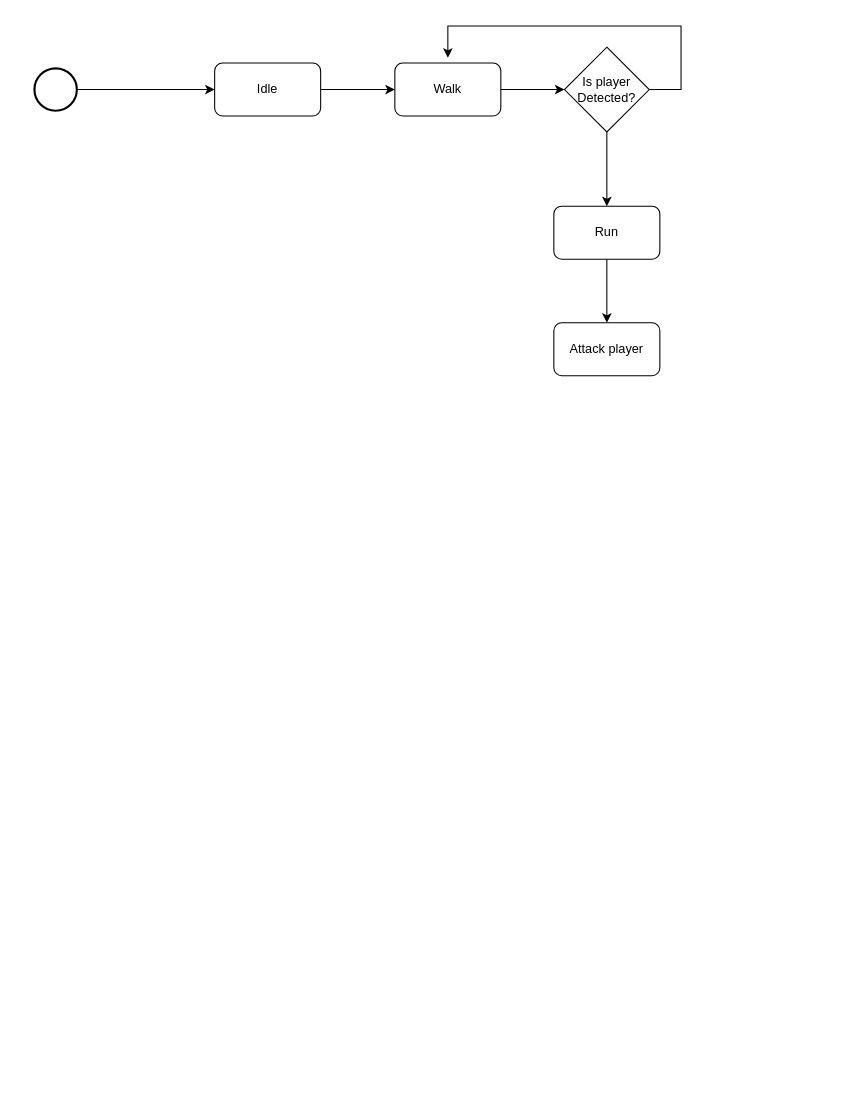
The draw.io diagram Untitled Diagram.drawio in souhailmihoubi/Diagrams, before the edit. Source tidied: cells renumbered, new cells numbered last; positions are measured from the earlier drawing's top-left corner, leaving out a move shared by most shapes. Both pictures are drawn from the tidied source at 106%, with x=0, y=0 at pixel (34, 25).
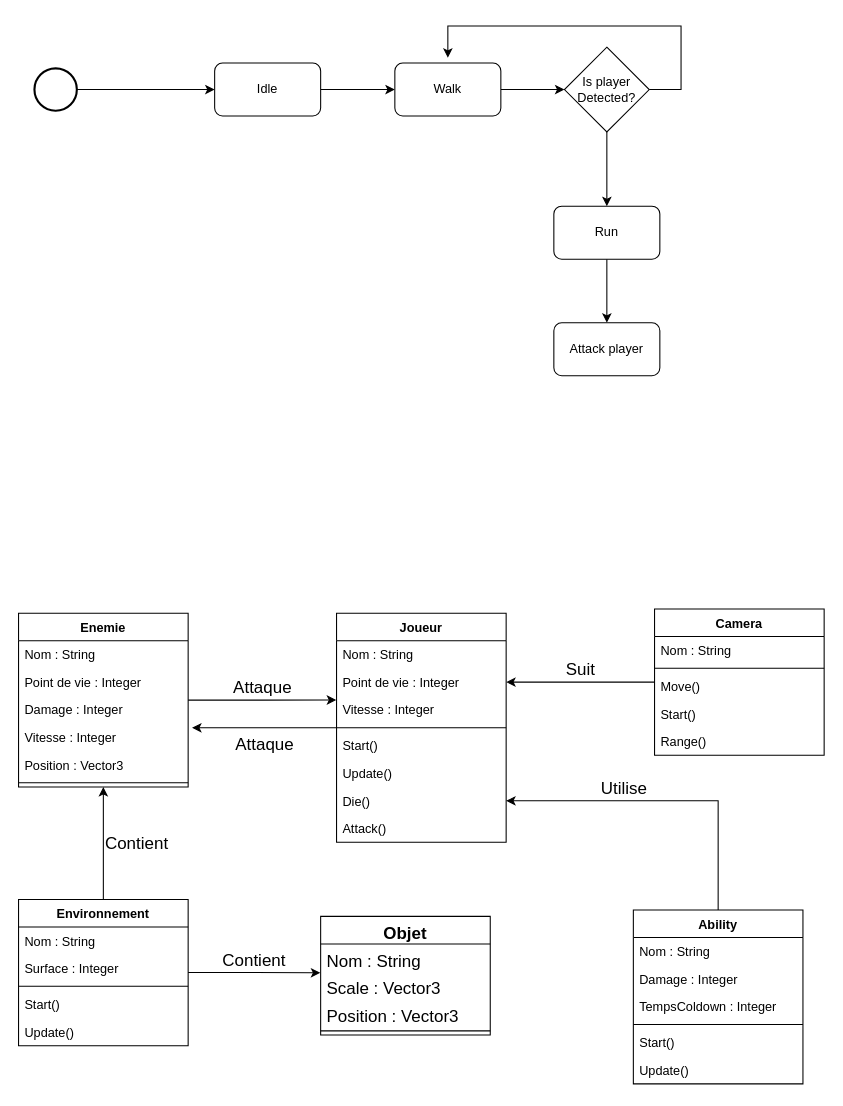
After the change.

Unchanged cells that the change refers to:
```xml
<mxCell id="12" value="Run" style="rounded=1;whiteSpace=wrap;html=1;" parent="1" vertex="1">
  <mxGeometry x="490" y="170" width="100" height="50" as="geometry" />
</mxCell>
<mxCell id="13" value="Attack player" style="rounded=1;whiteSpace=wrap;html=1;" parent="1" vertex="1">
  <mxGeometry x="490" y="280" width="100" height="50" as="geometry" />
</mxCell>
```

Change to the diagram source:
```diff
@@
-    <mxCell id="11" style="edgeStyle=orthogonalEdgeStyle;rounded=0;jettySize=auto;html=1;entryX=0.5;entryY=0;entryDx=0;entryDy=0;" parent="1" edge="1" source="12" target="13">
-      <mxGeometry relative="1" as="geometry" />
+    <mxCell id="11" style="edgeStyle=orthogonalEdgeStyle;rounded=0;jettySize=auto;html=1;entryX=0.5;entryY=0;entryDx=0;entryDy=0;" parent="1" edge="1" source="12">
+      <mxGeometry relative="1" as="geometry">
+        <mxPoint x="540" y="280" as="targetPoint" />
+      </mxGeometry>
     </mxCell>
@@
+    <mxCell id="14" value="Attaque" style="edgeStyle=orthogonalEdgeStyle;rounded=0;sketch=0;jettySize=auto;html=1;entryX=1.023;entryY=0.159;entryDx=0;entryDy=0;entryPerimeter=0;fontSize=16;verticalAlign=top;" parent="1" edge="1" source="15" target="36">
+      <mxGeometry relative="1" as="geometry" />
+    </mxCell>
+    <mxCell id="15" value="Joueur" style="swimlane;fontStyle=1;align=center;verticalAlign=top;horizontal=1;startSize=26;" parent="1" vertex="1">
+      <mxGeometry x="285" y="554" width="160" height="216" as="geometry" />
+    </mxCell>
+    <mxCell id="16" value="Nom : String" style="text;strokeColor=none;fillColor=none;align=left;verticalAlign=top;spacingLeft=4;spacingRight=4;overflow=hidden;" parent="15" vertex="1">
+      <mxGeometry y="26" width="160" height="26" as="geometry" />
+    </mxCell>
+    <mxCell id="17" value="Point de vie : Integer" style="text;strokeColor=none;fillColor=none;align=left;verticalAlign=top;spacingLeft=4;spacingRight=4;overflow=hidden;points=[[0,0.5],[1,0.5]];portConstraint=eastwest;" parent="15" vertex="1">
+      <mxGeometry y="52" width="160" height="26" as="geometry" />
+    </mxCell>
+    <mxCell id="18" value="Vitesse : Integer" style="text;strokeColor=none;fillColor=none;align=left;verticalAlign=top;spacingLeft=4;spacingRight=4;overflow=hidden;points=[[0,0.5],[1,0.5]];portConstraint=eastwest;" parent="15" vertex="1">
+      <mxGeometry y="78" width="160" height="26" as="geometry" />
+    </mxCell>
+    <mxCell id="19" style="line;strokeWidth=1;fillColor=none;align=left;verticalAlign=middle;spacingTop=-1;spacingLeft=3;spacingRight=3;labelPosition=right;strokeColor=inherit;" parent="15" vertex="1">
+      <mxGeometry y="104" width="160" height="8" as="geometry" />
+    </mxCell>
+    <mxCell id="20" value="Start()&#10;" style="text;strokeColor=none;fillColor=none;align=left;verticalAlign=top;spacingLeft=4;spacingRight=4;overflow=hidden;" parent="15" vertex="1">
+      <mxGeometry y="112" width="160" height="26" as="geometry" />
+    </mxCell>
+    <mxCell id="21" value="Update()" style="text;strokeColor=none;fillColor=none;align=left;verticalAlign=top;spacingLeft=4;spacingRight=4;overflow=hidden;" parent="15" vertex="1">
+      <mxGeometry y="138" width="160" height="26" as="geometry" />
+    </mxCell>
+    <mxCell id="22" value="Die()" style="text;strokeColor=none;fillColor=none;align=left;verticalAlign=top;spacingLeft=4;spacingRight=4;overflow=hidden;points=[[0,0.5],[1,0.5]];portConstraint=eastwest;" parent="15" vertex="1">
+      <mxGeometry y="164" width="160" height="26" as="geometry" />
+    </mxCell>
+    <mxCell id="23" value="Attack()" style="text;strokeColor=none;fillColor=none;align=left;verticalAlign=top;spacingLeft=4;spacingRight=4;overflow=hidden;" parent="15" vertex="1">
+      <mxGeometry y="190" width="160" height="26" as="geometry" />
+    </mxCell>
+    <mxCell id="24" value="Suit" style="edgeStyle=orthogonalEdgeStyle;rounded=0;jettySize=auto;html=1;entryX=1;entryY=0.5;entryDx=0;entryDy=0;noJump=0;fontSize=16;verticalAlign=bottom;" parent="1" edge="1" source="25" target="17">
+      <mxGeometry relative="1" as="geometry" />
+    </mxCell>
+    <mxCell id="25" value="Camera" style="swimlane;fontStyle=1;align=center;verticalAlign=top;horizontal=1;startSize=26;" parent="1" vertex="1">
+      <mxGeometry x="585" y="550" width="160" height="138" as="geometry" />
+    </mxCell>
+    <mxCell id="26" value="Nom : String" style="text;strokeColor=none;fillColor=none;align=left;verticalAlign=top;spacingLeft=4;spacingRight=4;overflow=hidden;" parent="25" vertex="1">
+      <mxGeometry y="26" width="160" height="26" as="geometry" />
+    </mxCell>
+    <mxCell id="27" style="line;strokeWidth=1;fillColor=none;align=left;verticalAlign=middle;spacingTop=-1;spacingLeft=3;spacingRight=3;labelPosition=right;strokeColor=inherit;" parent="25" vertex="1">
+      <mxGeometry y="52" width="160" height="8" as="geometry" />
+    </mxCell>
+    <mxCell id="28" value="Move()" style="text;strokeColor=none;fillColor=none;align=left;verticalAlign=top;spacingLeft=4;spacingRight=4;overflow=hidden;" parent="25" vertex="1">
+      <mxGeometry y="60" width="160" height="26" as="geometry" />
+    </mxCell>
+    <mxCell id="29" value="Start()" style="text;strokeColor=none;fillColor=none;align=left;verticalAlign=top;spacingLeft=4;spacingRight=4;overflow=hidden;" parent="25" vertex="1">
+      <mxGeometry y="86" width="160" height="26" as="geometry" />
+    </mxCell>
+    <mxCell id="30" value="Range()" style="text;strokeColor=none;fillColor=none;align=left;verticalAlign=top;spacingLeft=4;spacingRight=4;overflow=hidden;" parent="25" vertex="1">
+      <mxGeometry y="112" width="160" height="26" as="geometry" />
+    </mxCell>
+    <mxCell id="31" value="Attaque" style="edgeStyle=orthogonalEdgeStyle;rounded=0;sketch=0;jettySize=auto;html=1;entryX=-0.002;entryY=0.148;entryDx=0;entryDy=0;entryPerimeter=0;fontSize=16;verticalAlign=bottom;" parent="1" edge="1" source="32" target="18">
+      <mxGeometry relative="1" as="geometry" />
+    </mxCell>
+    <mxCell id="32" value="Enemie" style="swimlane;fontStyle=1;align=center;verticalAlign=top;horizontal=1;startSize=26;fontSize=12;" parent="1" vertex="1">
+      <mxGeometry x="-15" y="554" width="160" height="164" as="geometry" />
+    </mxCell>
+    <mxCell id="33" value="Nom : String" style="text;strokeColor=none;fillColor=none;align=left;verticalAlign=top;spacingLeft=4;spacingRight=4;overflow=hidden;" parent="32" vertex="1">
+      <mxGeometry y="26" width="160" height="26" as="geometry" />
+    </mxCell>
+    <mxCell id="34" value="Point de vie : Integer" style="text;strokeColor=none;fillColor=none;align=left;verticalAlign=top;spacingLeft=4;spacingRight=4;overflow=hidden;" parent="32" vertex="1">
+      <mxGeometry y="52" width="160" height="26" as="geometry" />
+    </mxCell>
+    <mxCell id="35" value="Damage : Integer" style="text;strokeColor=none;fillColor=none;align=left;verticalAlign=top;spacingLeft=4;spacingRight=4;overflow=hidden;" parent="32" vertex="1">
+      <mxGeometry y="78" width="160" height="26" as="geometry" />
+    </mxCell>
+    <mxCell id="36" value="Vitesse : Integer" style="text;strokeColor=none;fillColor=none;align=left;verticalAlign=top;spacingLeft=4;spacingRight=4;overflow=hidden;points=[[0,0.5],[1,0.5]];portConstraint=eastwest;" parent="32" vertex="1">
+      <mxGeometry y="104" width="160" height="26" as="geometry" />
+    </mxCell>
+    <mxCell id="37" value="Position : Vector3" style="text;strokeColor=none;fillColor=none;align=left;verticalAlign=top;spacingLeft=4;spacingRight=4;overflow=hidden;" parent="32" vertex="1">
+      <mxGeometry y="130" width="160" height="26" as="geometry" />
+    </mxCell>
+    <mxCell id="38" style="line;strokeWidth=1;fillColor=none;align=left;verticalAlign=middle;spacingTop=-1;spacingLeft=3;spacingRight=3;labelPosition=right;strokeColor=inherit;" parent="32" vertex="1">
+      <mxGeometry y="156" width="160" height="8" as="geometry" />
+    </mxCell>
+    <mxCell id="39" value="Contient" style="edgeStyle=orthogonalEdgeStyle;rounded=0;sketch=0;jettySize=auto;html=1;entryX=0.5;entryY=1;entryDx=0;entryDy=0;fontSize=16;verticalAlign=middle;align=left;" parent="1" edge="1" source="41" target="32">
+      <mxGeometry relative="1" as="geometry" />
+    </mxCell>
+    <mxCell id="40" value="Contient" style="edgeStyle=orthogonalEdgeStyle;rounded=0;sketch=0;jettySize=auto;html=1;entryX=-0.002;entryY=0.049;entryDx=0;entryDy=0;entryPerimeter=0;fontSize=16;verticalAlign=bottom;" parent="1" edge="1" source="41" target="57">
+      <mxGeometry relative="1" as="geometry" />
+    </mxCell>
+    <mxCell id="41" value="Environnement&#10;" style="swimlane;fontStyle=1;align=center;verticalAlign=top;horizontal=1;startSize=26;" parent="1" vertex="1">
+      <mxGeometry x="-15" y="824" width="160" height="138" as="geometry" />
+    </mxCell>
+    <mxCell id="42" value="Nom : String" style="text;strokeColor=none;fillColor=none;align=left;verticalAlign=top;spacingLeft=4;spacingRight=4;overflow=hidden;" parent="41" vertex="1">
+      <mxGeometry y="26" width="160" height="26" as="geometry" />
+    </mxCell>
+    <mxCell id="43" value="Surface : Integer" style="text;strokeColor=none;fillColor=none;align=left;verticalAlign=top;spacingLeft=4;spacingRight=4;overflow=hidden;" parent="41" vertex="1">
+      <mxGeometry y="52" width="160" height="26" as="geometry" />
+    </mxCell>
+    <mxCell id="44" style="line;strokeWidth=1;fillColor=none;align=left;verticalAlign=middle;spacingTop=-1;spacingLeft=3;spacingRight=3;labelPosition=right;strokeColor=inherit;" parent="41" vertex="1">
+      <mxGeometry y="78" width="160" height="8" as="geometry" />
+    </mxCell>
+    <mxCell id="45" value="Start()" style="text;strokeColor=none;fillColor=none;align=left;verticalAlign=top;spacingLeft=4;spacingRight=4;overflow=hidden;" parent="41" vertex="1">
+      <mxGeometry y="86" width="160" height="26" as="geometry" />
+    </mxCell>
+    <mxCell id="46" value="Update()" style="text;strokeColor=none;fillColor=none;align=left;verticalAlign=top;spacingLeft=4;spacingRight=4;overflow=hidden;" parent="41" vertex="1">
+      <mxGeometry y="112" width="160" height="26" as="geometry" />
+    </mxCell>
+    <mxCell id="47" value="Utilise" style="edgeStyle=orthogonalEdgeStyle;rounded=0;sketch=0;jettySize=auto;html=1;entryX=1;entryY=0.5;entryDx=0;entryDy=0;fontSize=16;verticalAlign=bottom;" parent="1" edge="1" source="48" target="22">
+      <mxGeometry x="0.27" relative="1" as="geometry" />
+    </mxCell>
+    <mxCell id="48" value="Ability" style="swimlane;fontStyle=1;align=center;verticalAlign=top;horizontal=1;startSize=26;" parent="1" vertex="1">
+      <mxGeometry x="565" y="834" width="160" height="164" as="geometry" />
+    </mxCell>
+    <mxCell id="49" value="Nom : String" style="text;strokeColor=none;fillColor=none;align=left;verticalAlign=top;spacingLeft=4;spacingRight=4;overflow=hidden;" parent="48" vertex="1">
+      <mxGeometry y="26" width="160" height="26" as="geometry" />
+    </mxCell>
+    <mxCell id="50" value="Damage : Integer" style="text;strokeColor=none;fillColor=none;align=left;verticalAlign=top;spacingLeft=4;spacingRight=4;overflow=hidden;" parent="48" vertex="1">
+      <mxGeometry y="52" width="160" height="26" as="geometry" />
+    </mxCell>
+    <mxCell id="51" value="TempsColdown : Integer" style="text;strokeColor=none;fillColor=none;align=left;verticalAlign=top;spacingLeft=4;spacingRight=4;overflow=hidden;" parent="48" vertex="1">
+      <mxGeometry y="78" width="160" height="26" as="geometry" />
+    </mxCell>
+    <mxCell id="52" style="line;strokeWidth=1;fillColor=none;align=left;verticalAlign=middle;spacingTop=-1;spacingLeft=3;spacingRight=3;labelPosition=right;strokeColor=inherit;" parent="48" vertex="1">
+      <mxGeometry y="104" width="160" height="8" as="geometry" />
+    </mxCell>
+    <mxCell id="53" value="Start()" style="text;strokeColor=none;fillColor=none;align=left;verticalAlign=top;spacingLeft=4;spacingRight=4;overflow=hidden;" parent="48" vertex="1">
+      <mxGeometry y="112" width="160" height="26" as="geometry" />
+    </mxCell>
+    <mxCell id="54" value="Update()" style="text;strokeColor=none;fillColor=none;align=left;verticalAlign=top;spacingLeft=4;spacingRight=4;overflow=hidden;" parent="48" vertex="1">
+      <mxGeometry y="138" width="160" height="26" as="geometry" />
+    </mxCell>
+    <mxCell id="55" value="Objet" style="swimlane;fontStyle=1;align=center;verticalAlign=top;horizontal=1;startSize=26;fontSize=16;" parent="1" vertex="1">
+      <mxGeometry x="270" y="840" width="160" height="112" as="geometry" />
+    </mxCell>
+    <mxCell id="56" value="Nom : String" style="text;strokeColor=none;fillColor=none;align=left;verticalAlign=top;spacingLeft=4;spacingRight=4;overflow=hidden;fontSize=16;" parent="55" vertex="1">
+      <mxGeometry y="26" width="160" height="26" as="geometry" />
+    </mxCell>
+    <mxCell id="57" value="Scale : Vector3    " style="text;strokeColor=none;fillColor=none;align=left;verticalAlign=top;spacingLeft=4;spacingRight=4;overflow=hidden;points=[[0,0.5],[1,0.5]];portConstraint=eastwest;fontSize=16;" parent="55" vertex="1">
+      <mxGeometry y="52" width="160" height="26" as="geometry" />
+    </mxCell>
+    <mxCell id="58" value="Position : Vector3" style="text;strokeColor=none;fillColor=none;align=left;verticalAlign=top;spacingLeft=4;spacingRight=4;overflow=hidden;fontSize=16;" parent="55" vertex="1">
+      <mxGeometry y="78" width="160" height="26" as="geometry" />
+    </mxCell>
+    <mxCell id="59" style="line;strokeWidth=1;fillColor=none;align=left;verticalAlign=middle;spacingTop=-1;spacingLeft=3;spacingRight=3;labelPosition=right;strokeColor=inherit;fontSize=16;" parent="55" vertex="1">
+      <mxGeometry y="104" width="160" height="8" as="geometry" />
+    </mxCell>
```
